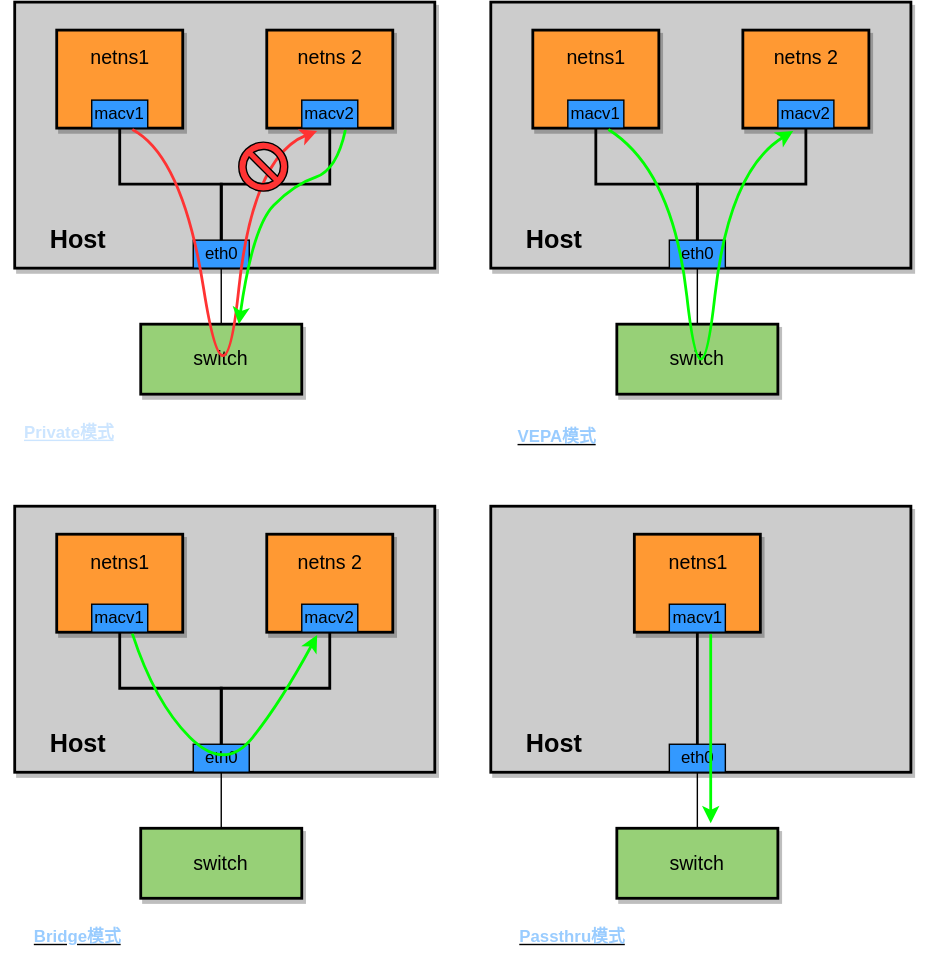
Earlier version of the draw.io export assets/images/2020/macvlan-modes.svg (csulrong/csulrong.github.io). Source tidied: cells renumbered, new cells last; positions are measured from the earlier drawing's top-left corner, leaving out a move shared by most shapes.
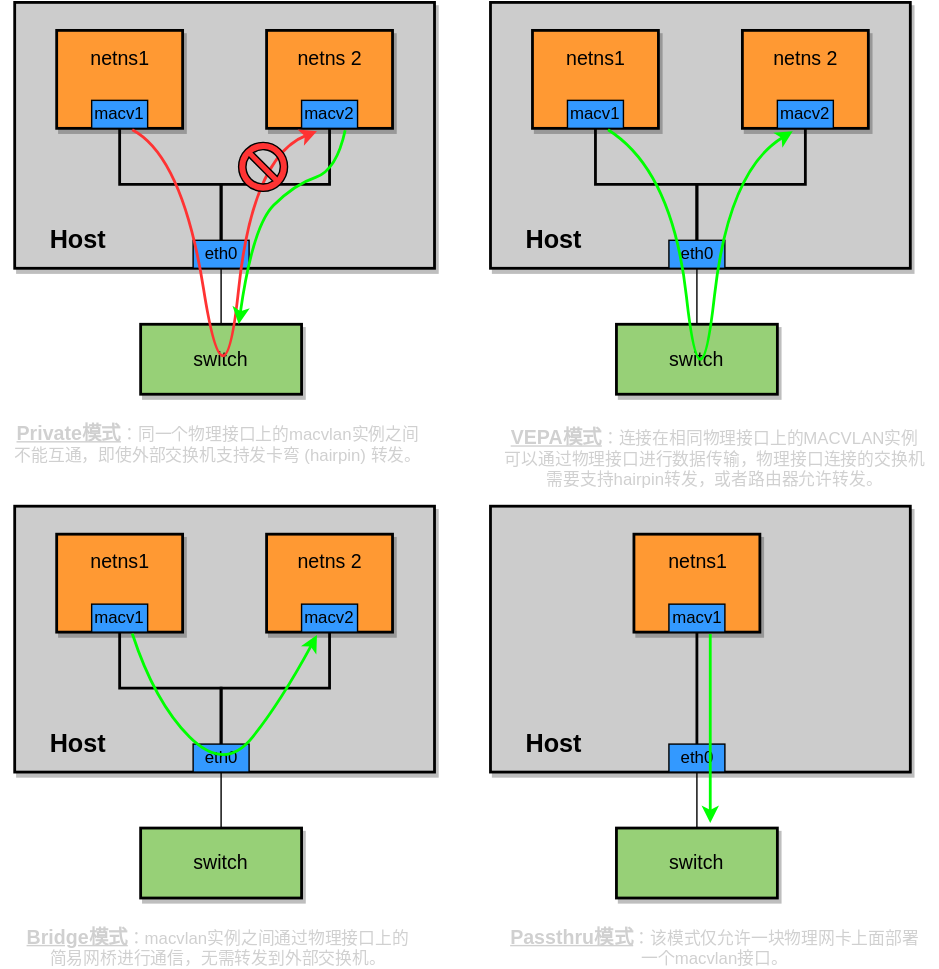
After the commit.

Commit message:
use <code> tag to fix command reference in note

Diff of the diagram source:
```diff
@@ -53,7 +53,7 @@
     <mxCell id="16" style="verticalLabelPosition=bottom;verticalAlign=top;html=1;shape=mxgraph.basic.no_symbol;strokeColor=#000000;fillColor=#FF3333;" parent="1" vertex="1">
       <mxGeometry x="170" y="100" width="35" height="35" as="geometry" />
     </mxCell>
-    <mxCell id="17" value="&lt;u style=&quot;color: rgb(204 , 229 , 255)&quot;&gt;&lt;b&gt;Private模式&lt;/b&gt;&lt;/u&gt;&lt;font color=&quot;#ffffff&quot;&gt;：同一个物理接口上的macvlan实例之间&lt;/font&gt;&lt;br&gt;&lt;font color=&quot;#ffffff&quot;&gt;不能互通，即使外部交换机支持发卡弯 (hairpin) 转发。&lt;/font&gt;" style="text;html=1;align=center;verticalAlign=middle;" parent="1" vertex="1">
+    <mxCell id="17" value="&lt;font color=&quot;#d0d0d0&quot;&gt;&lt;u&gt;&lt;b&gt;&lt;font style=&quot;font-size: 14px&quot;&gt;Private模式&lt;/font&gt;&lt;/b&gt;&lt;/u&gt;：同一个物理接口上的macvlan实例之间&lt;br&gt;不能互通，即使外部交换机支持发卡弯 (hairpin) 转发。&lt;/font&gt;" style="text;html=1;align=center;verticalAlign=middle;" parent="1" vertex="1">
       <mxGeometry y="300" width="310" height="30" as="geometry" />
     </mxCell>
     <mxCell id="18" style="rounded=0;whiteSpace=wrap;html=1;fillColor=#CCCCCC;shadow=1;strokeWidth=2;" parent="1" vertex="1">
@@ -104,7 +104,7 @@
         </Array>
       </mxGeometry>
     </mxCell>
-    <mxCell id="32" value="&lt;u&gt;&lt;b&gt;&lt;font color=&quot;#99ccff&quot;&gt;VEPA模式&lt;/font&gt;&lt;/b&gt;&lt;/u&gt;&lt;font color=&quot;#ffffff&quot;&gt;：连接在相同物理接口上的MACVLAN实例&lt;/font&gt;&lt;br&gt;&lt;font color=&quot;#ffffff&quot;&gt;可以通过物理接口进行数据传输，物理接口连接的交换机&lt;/font&gt;&lt;br&gt;&lt;font color=&quot;#ffffff&quot;&gt;需要支持hairpin转发，或者路由器允许转发。&lt;/font&gt;" style="text;html=1;align=center;verticalAlign=middle;" parent="1" vertex="1">
+    <mxCell id="32" value="&lt;font color=&quot;#d0d0d0&quot;&gt;&lt;u&gt;&lt;b&gt;&lt;font style=&quot;font-size: 14px&quot;&gt;VEPA模式&lt;/font&gt;&lt;/b&gt;&lt;/u&gt;：连接在相同物理接口上的MACVLAN实例&lt;br&gt;可以通过物理接口进行数据传输，物理接口连接的交换机&lt;br&gt;需要支持hairpin转发，或者路由器允许转发。&lt;/font&gt;" style="text;html=1;align=center;verticalAlign=middle;" parent="1" vertex="1">
       <mxGeometry x="350" y="300" width="320" height="50" as="geometry" />
     </mxCell>
     <mxCell id="33" style="rounded=0;whiteSpace=wrap;html=1;fillColor=#CCCCCC;shadow=1;strokeWidth=2;" parent="1" vertex="1">
@@ -155,8 +155,8 @@
         </Array>
       </mxGeometry>
     </mxCell>
-    <mxCell id="47" value="&lt;u&gt;&lt;b&gt;&lt;font color=&quot;#99ccff&quot;&gt;Bridge模式&lt;/font&gt;&lt;/b&gt;&lt;/u&gt;&lt;font color=&quot;#ffffff&quot;&gt;：macvlan实例之间通过物理接口上的&lt;/font&gt;&lt;br&gt;&lt;font color=&quot;#ffffff&quot;&gt;简易网桥进行通信，无需转发到外部交换机。&lt;/font&gt;" style="text;html=1;align=center;verticalAlign=middle;" parent="1" vertex="1">
-      <mxGeometry x="15" y="660" width="280" height="30" as="geometry" />
+    <mxCell id="47" value="&lt;font color=&quot;#d0d0d0&quot;&gt;&lt;u&gt;&lt;b&gt;&lt;font style=&quot;font-size: 14px&quot;&gt;Bridge模式&lt;/font&gt;&lt;/b&gt;&lt;/u&gt;：macvlan实例之间通过物理接口上的&lt;br&gt;简易网桥进行通信，无需转发到外部交换机。&lt;/font&gt;" style="text;html=1;align=center;verticalAlign=middle;" parent="1" vertex="1">
+      <mxGeometry x="10" y="660" width="290" height="30" as="geometry" />
     </mxCell>
     <mxCell id="48" style="rounded=0;whiteSpace=wrap;html=1;fillColor=#CCCCCC;shadow=1;strokeWidth=2;" parent="1" vertex="1">
       <mxGeometry x="350" y="360" width="300" height="190" as="geometry" />
@@ -185,8 +185,8 @@
     <mxCell id="56" value="&lt;font style=&quot;font-size: 18px&quot;&gt;&lt;b&gt;Host&lt;/b&gt;&lt;/font&gt;" style="text;html=1;align=center;verticalAlign=middle;fillColor=none;" parent="1" vertex="1">
       <mxGeometry x="365" y="520" width="60" height="20" as="geometry" />
     </mxCell>
-    <mxCell id="57" value="&lt;u&gt;&lt;b&gt;&lt;font color=&quot;#99ccff&quot;&gt;Passthru模式&lt;/font&gt;&lt;/b&gt;&lt;/u&gt;&lt;font color=&quot;#ffffff&quot;&gt;：&lt;strong&gt;&lt;/strong&gt;该模式仅允许一块物理网卡上面部署&lt;/font&gt;&lt;br&gt;&lt;font color=&quot;#ffffff&quot;&gt;一个macvlan接口。&lt;/font&gt;" style="text;html=1;align=center;verticalAlign=middle;" parent="1" vertex="1">
-      <mxGeometry x="365" y="660" width="290" height="30" as="geometry" />
+    <mxCell id="57" value="&lt;font color=&quot;#d0d0d0&quot;&gt;&lt;u&gt;&lt;b&gt;&lt;font style=&quot;font-size: 14px&quot;&gt;Passthru模式&lt;/font&gt;&lt;/b&gt;&lt;/u&gt;：&lt;strong&gt;&lt;/strong&gt;该模式仅允许一块物理网卡上面部署&lt;br&gt;一个macvlan接口。&lt;/font&gt;" style="text;html=1;align=center;verticalAlign=middle;" parent="1" vertex="1">
+      <mxGeometry x="355" y="660" width="310" height="30" as="geometry" />
     </mxCell>
     <mxCell id="58" style="endArrow=classic;html=1;strokeColor=#00FF00;strokeWidth=2;fontColor=#0000FF;exitX=0.606;exitY=1.019;exitDx=0;exitDy=0;exitPerimeter=0;entryX=0.583;entryY=-0.073;entryDx=0;entryDy=0;entryPerimeter=0;" parent="1" edge="1" source="50" target="51">
       <mxGeometry relative="1" as="geometry" />
```
